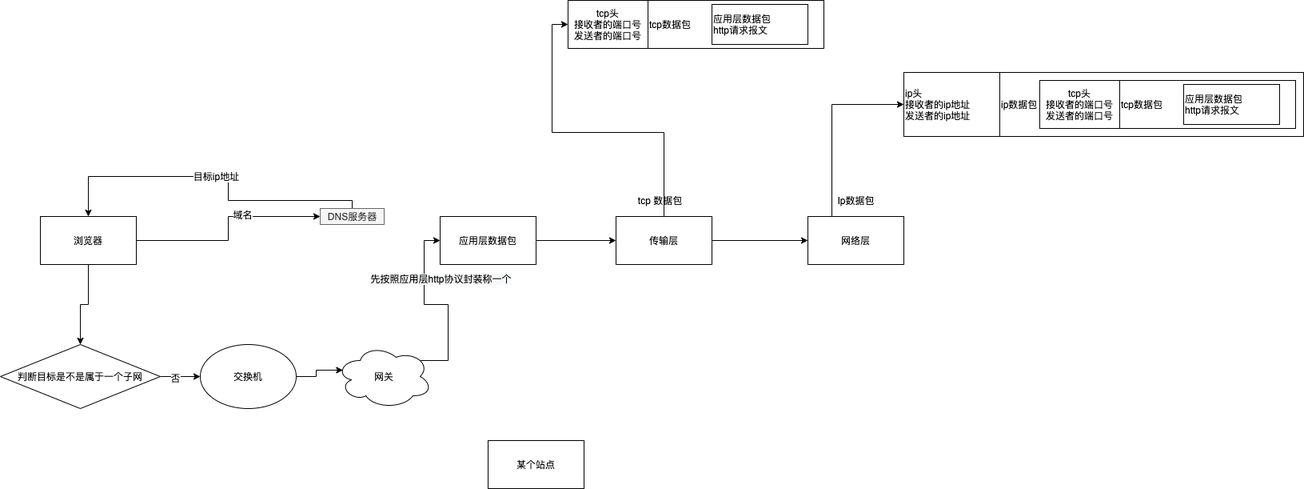
The draw.io diagram cs/request-flow.png in sivanbil/architecthure-diagram, before a commit. Source tidied: cells renumbered, new cells last; positions are measured from the earlier drawing's top-left corner, leaving out a move shared by most shapes.
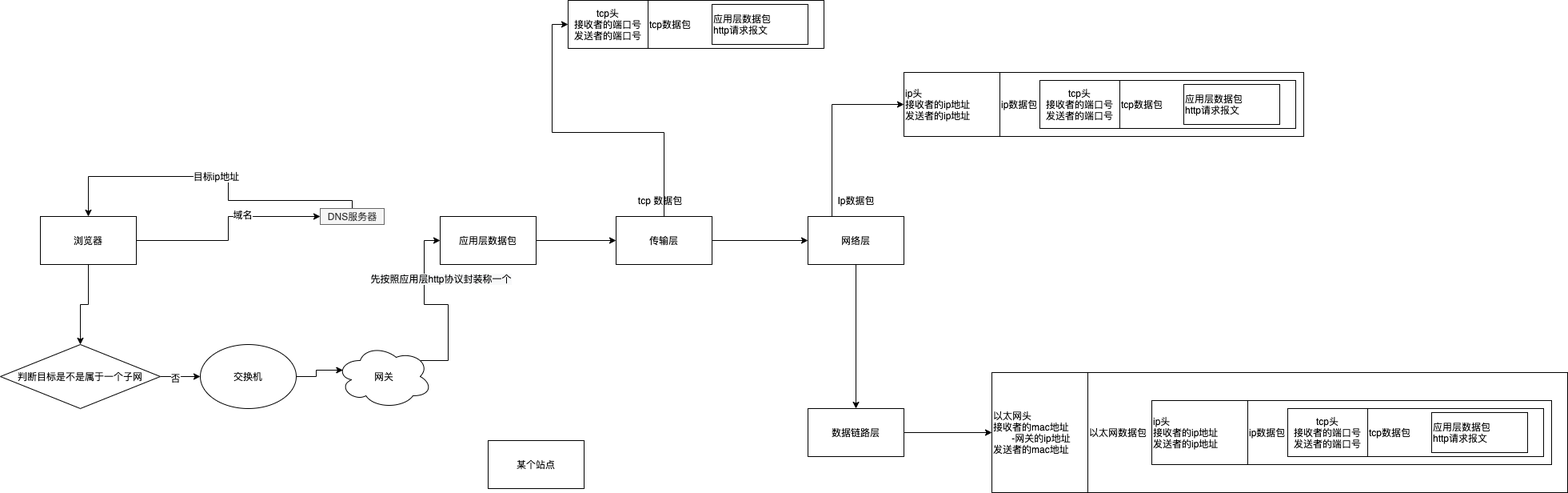
After the change.

What changed in the source:
```diff
@@ -74,6 +74,9 @@
     <mxCell id="22" style="edgeStyle=orthogonalEdgeStyle;rounded=0;jettySize=auto;html=1;exitX=0.25;exitY=0;exitDx=0;exitDy=0;entryX=0;entryY=0.5;entryDx=0;entryDy=0;" parent="1" edge="1" source="23" target="33">
       <mxGeometry relative="1" as="geometry" />
     </mxCell>
+    <mxCell id="34" style="edgeStyle=orthogonalEdgeStyle;rounded=0;jettySize=auto;html=1;" parent="1" edge="1" source="23" target="36">
+      <mxGeometry relative="1" as="geometry" />
+    </mxCell>
     <mxCell id="23" value="网络层" style="rounded=0;whiteSpace=wrap;html=1;" parent="1" vertex="1">
       <mxGeometry x="1010" y="270" width="120" height="60" as="geometry" />
     </mxCell>
@@ -107,5 +110,32 @@
     <mxCell id="33" value="ip头&lt;br&gt;接收者的ip地址&lt;br&gt;发送者的ip地址" style="rounded=0;whiteSpace=wrap;html=1;align=left;" parent="1" vertex="1">
       <mxGeometry x="1130" y="90" width="120" height="80" as="geometry" />
     </mxCell>
+    <mxCell id="35" style="edgeStyle=orthogonalEdgeStyle;rounded=0;jettySize=auto;html=1;exitX=1;exitY=0.5;exitDx=0;exitDy=0;entryX=0;entryY=0.5;entryDx=0;entryDy=0;" parent="1" edge="1" source="36" target="43">
+      <mxGeometry relative="1" as="geometry" />
+    </mxCell>
+    <mxCell id="36" value="数据链路层" style="rounded=0;whiteSpace=wrap;html=1;" parent="1" vertex="1">
+      <mxGeometry x="1010" y="510" width="120" height="60" as="geometry" />
+    </mxCell>
+    <mxCell id="37" value="以太网数据包" style="rounded=0;whiteSpace=wrap;html=1;align=left;" parent="1" vertex="1">
+      <mxGeometry x="1360" y="465" width="600" height="150" as="geometry" />
+    </mxCell>
+    <mxCell id="38" value="ip数据包&amp;nbsp;&lt;span style=&quot;color: rgba(0 , 0 , 0 , 0) ; font-family: monospace ; font-size: 0px&quot;&gt;%3CmxGraphModel%3E%3Croot%3E%3CmxCell%20id%3D%220%22%2F%3E%3CmxCell%20id%3D%221%22%20parent%3D%220%22%2F%3E%3CmxCell%20id%3D%222%22%20value%3D%22tcp%E5%A4%B4%26lt%3Bbr%26gt%3B%E6%8E%A5%E6%94%B6%E8%80%85%E7%9A%84%E7%AB%AF%E5%8F%A3%E5%8F%B7%26lt%3Bbr%26gt%3B%E5%8F%91%E9%80%81%E8%80%85%E7%9A%84%E7%AB%AF%E5%8F%A3%E5%8F%B7%22%20style%3D%22rounded%3D0%3BwhiteSpace%3Dwrap%3Bhtml%3D1%3B%22%20vertex%3D%221%22%20parent%3D%221%22%3E%3CmxGeometry%20x%3D%221100%22%20y%3D%22-80%22%20width%3D%22100%22%20height%3D%2260%22%20as%3D%22geometry%22%2F%3E%3C%2FmxCell%3E%3CmxCell%20id%3D%223%22%20value%3D%22tcp%E6%95%B0%E6%8D%AE%E5%8C%85%22%20style%3D%22rounded%3D0%3BwhiteSpace%3Dwrap%3Bhtml%3D1%3Balign%3Dleft%3B%22%20vertex%3D%221%22%20parent%3D%221%22%3E%3CmxGeometry%20x%3D%221200%22%20y%3D%22-80%22%20width%3D%22220%22%20height%3D%2260%22%20as%3D%22geometry%22%2F%3E%3C%2FmxCell%3E%3CmxCell%20id%3D%224%22%20value%3D%22%E5%BA%94%E7%94%A8%E5%B1%82%E6%95%B0%E6%8D%AE%E5%8C%85%26lt%3Bbr%26gt%3Bhttp%E8%AF%B7%E6%B1%82%E6%8A%A5%E6%96%87%22%20style%3D%22rounded%3D0%3BwhiteSpace%3Dwrap%3Bhtml%3D1%3Balign%3Dleft%3B%22%20vertex%3D%221%22%20parent%3D%221%22%3E%3CmxGeometry%20x%3D%221280%22%20y%3D%22-75%22%20width%3D%22120%22%20height%3D%2250%22%20as%3D%22geometry%22%2F%3E%3C%2FmxCell%3E%3C%2Froot%3E%3C%2FmxGraphModel%3E&lt;/span&gt;" style="rounded=0;whiteSpace=wrap;html=1;align=left;" parent="1" vertex="1">
+      <mxGeometry x="1560" y="500" width="380" height="80" as="geometry" />
+    </mxCell>
+    <mxCell id="39" value="tcp头&lt;br&gt;接收者的端口号&lt;br&gt;发送者的端口号" style="rounded=0;whiteSpace=wrap;html=1;" parent="1" vertex="1">
+      <mxGeometry x="1610" y="510" width="100" height="60" as="geometry" />
+    </mxCell>
+    <mxCell id="40" value="tcp数据包" style="rounded=0;whiteSpace=wrap;html=1;align=left;" parent="1" vertex="1">
+      <mxGeometry x="1710" y="510" width="220" height="60" as="geometry" />
+    </mxCell>
+    <mxCell id="41" value="应用层数据包&lt;br&gt;http请求报文" style="rounded=0;whiteSpace=wrap;html=1;align=left;" parent="1" vertex="1">
+      <mxGeometry x="1790" y="515" width="120" height="50" as="geometry" />
+    </mxCell>
+    <mxCell id="42" value="ip头&lt;br&gt;接收者的ip地址&lt;br&gt;发送者的ip地址" style="rounded=0;whiteSpace=wrap;html=1;align=left;" parent="1" vertex="1">
+      <mxGeometry x="1440" y="500" width="120" height="80" as="geometry" />
+    </mxCell>
+    <mxCell id="43" value="以太网头&lt;br&gt;接收者的mac地址&lt;br&gt;&amp;nbsp; &amp;nbsp; &amp;nbsp; &amp;nbsp;-网关的ip地址&lt;br&gt;发送者的mac地址" style="rounded=0;whiteSpace=wrap;html=1;align=left;" parent="1" vertex="1">
+      <mxGeometry x="1240" y="465" width="120" height="150" as="geometry" />
+    </mxCell>
   </root>
 </mxGraphModel>
```
